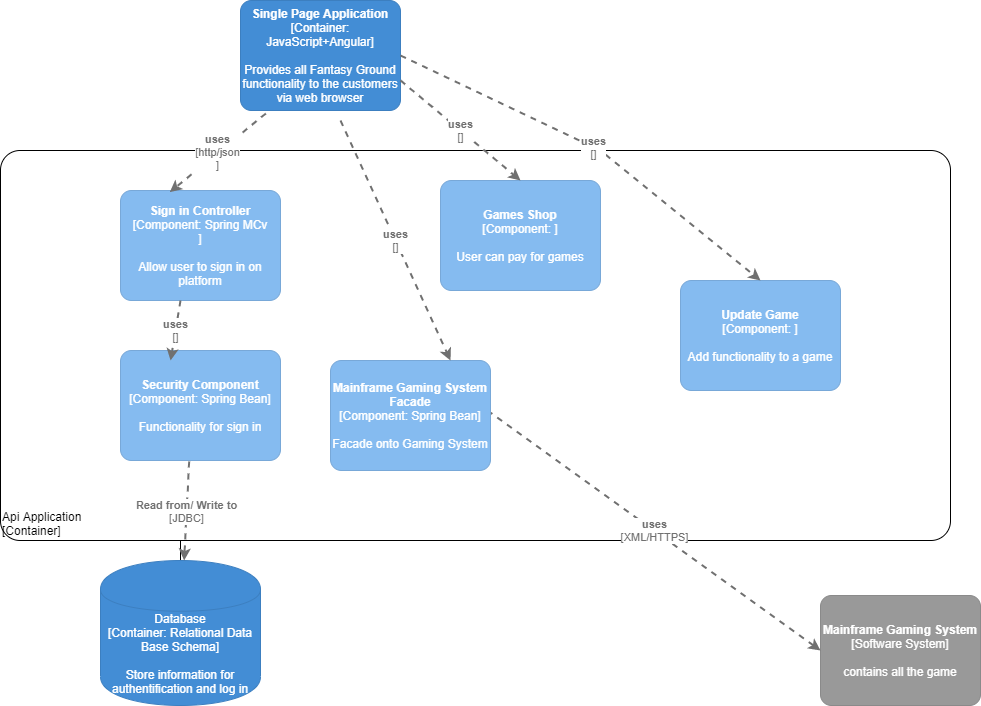
Madalina0303/Ip-lab4 keeps this draw.io diagram as Components.png. Above is the earlier version. Source tidied: cells renumbered, new cells last; positions are measured from the earlier drawing's top-left corner, leaving out a move shared by most shapes.
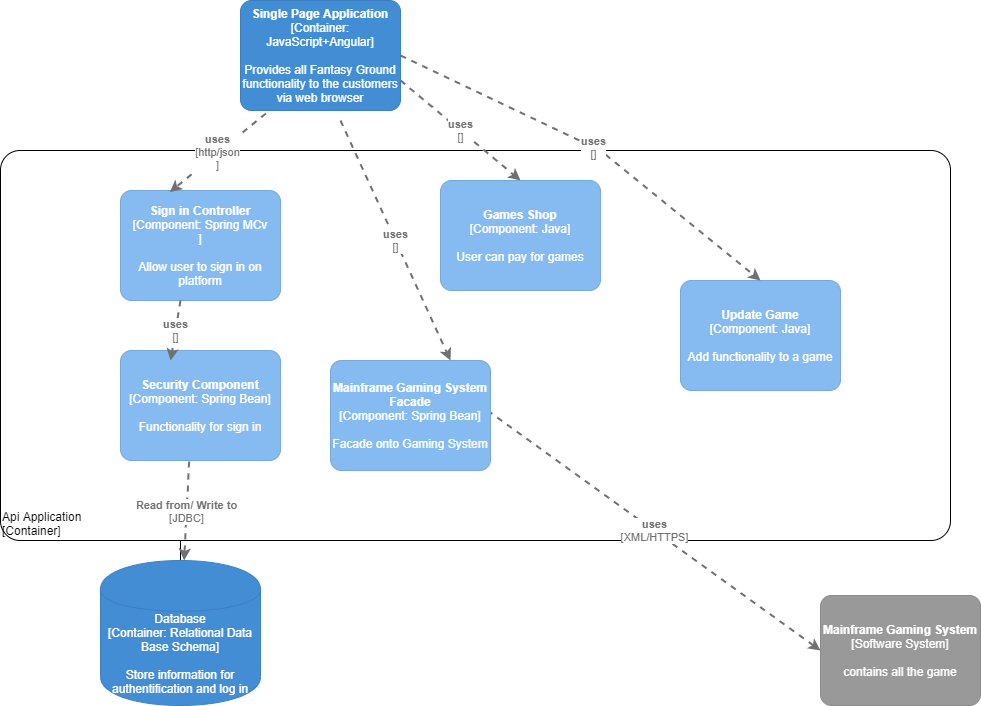
The same file after the commit.

What changed in the source:
```diff
@@ -73,7 +73,7 @@
         </mxGeometry>
       </mxCell>
     </object>
-    <object id="15" label="&lt;b&gt;%c4Name%&lt;/b&gt;&lt;div&gt;[%c4Type%: %c4Technology%]&lt;/div&gt;&lt;br&gt;&lt;div&gt;%c4Description%&lt;/div&gt;" c4Description="User can pay for games" c4Name="Games Shop" c4Technology="" c4Type="Component" placeholders="1">
+    <object id="15" label="&lt;b&gt;%c4Name%&lt;/b&gt;&lt;div&gt;[%c4Type%: %c4Technology%]&lt;/div&gt;&lt;br&gt;&lt;div&gt;%c4Description%&lt;/div&gt;" c4Description="User can pay for games" c4Name="Games Shop" c4Technology="Java" c4Type="Component" placeholders="1">
       <mxCell style="rounded=1;whiteSpace=wrap;html=1;labelBackgroundColor=none;fillColor=#85BBF0;fontColor=#ffffff;align=center;arcSize=10;strokeColor=#78A8D8;metaData={&quot;c4Type&quot;:{&quot;editable&quot;:false}};points=[[0.25,0,0],[0.5,0,0],[0.75,0,0],[1,0.25,0],[1,0.5,0],[1,0.75,0],[0.75,1,0],[0.5,1,0],[0.25,1,0],[0,0.75,0],[0,0.5,0],[0,0.25,0]];" parent="1" vertex="1">
         <mxGeometry x="440" y="180" width="160" height="110" as="geometry" />
       </mxCell>
@@ -85,7 +85,7 @@
         </mxGeometry>
       </mxCell>
     </object>
-    <object id="17" label="&lt;b&gt;%c4Name%&lt;/b&gt;&lt;div&gt;[%c4Type%: %c4Technology%]&lt;/div&gt;&lt;br&gt;&lt;div&gt;%c4Description%&lt;/div&gt;" c4Description="Add functionality to a game" c4Name="Update Game" c4Technology="" c4Type="Component" placeholders="1">
+    <object id="17" label="&lt;b&gt;%c4Name%&lt;/b&gt;&lt;div&gt;[%c4Type%: %c4Technology%]&lt;/div&gt;&lt;br&gt;&lt;div&gt;%c4Description%&lt;/div&gt;" c4Description="Add functionality to a game" c4Name="Update Game" c4Technology="Java" c4Type="Component" placeholders="1">
       <mxCell style="rounded=1;whiteSpace=wrap;html=1;labelBackgroundColor=none;fillColor=#85BBF0;fontColor=#ffffff;align=center;arcSize=10;strokeColor=#78A8D8;metaData={&quot;c4Type&quot;:{&quot;editable&quot;:false}};points=[[0.25,0,0],[0.5,0,0],[0.75,0,0],[1,0.25,0],[1,0.5,0],[1,0.75,0],[0.75,1,0],[0.5,1,0],[0.25,1,0],[0,0.75,0],[0,0.5,0],[0,0.25,0]];" parent="1" vertex="1">
         <mxGeometry x="680" y="280" width="160" height="110" as="geometry" />
       </mxCell>
```
